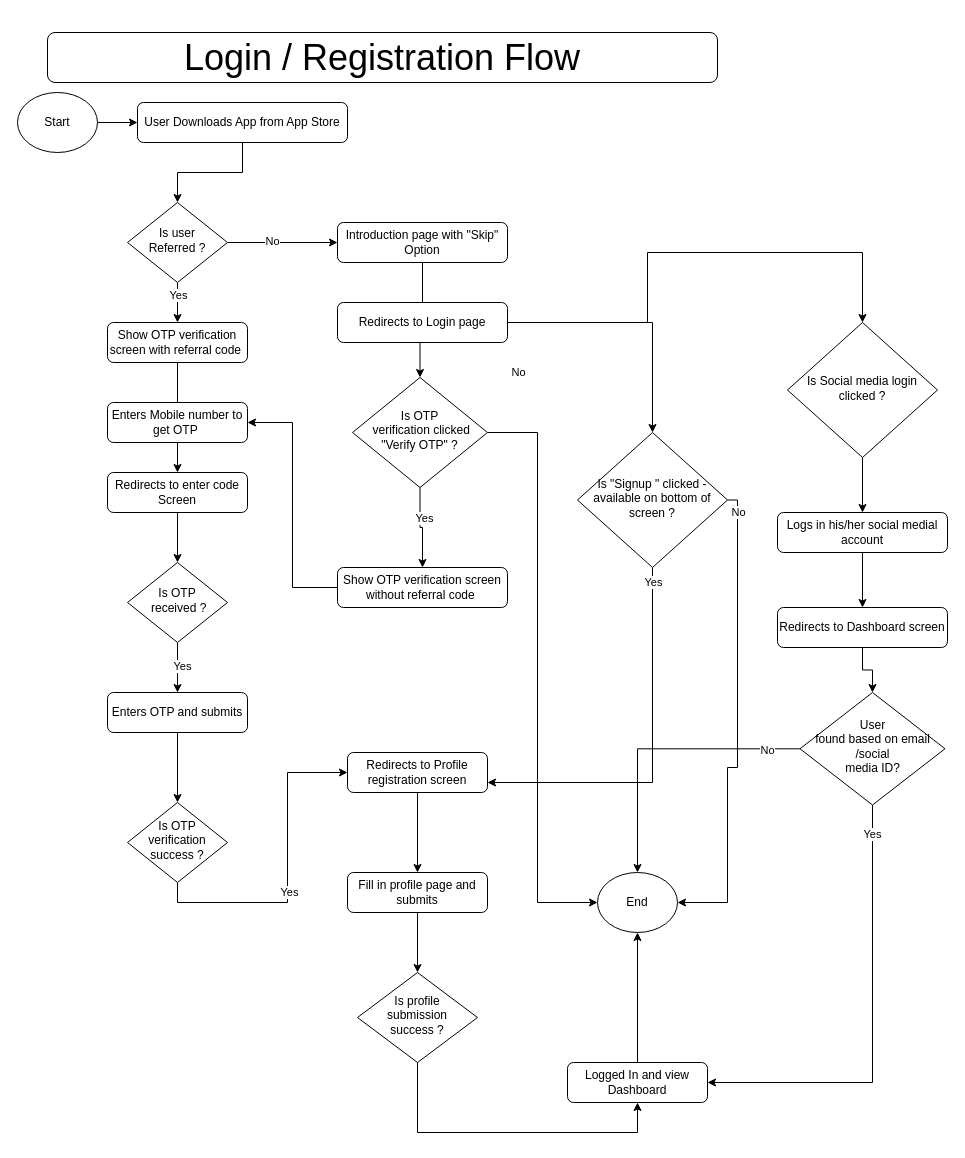
Above: Triva_Login_Registration_Flow.drawio in Adityacs001/snippet (draw.io), before the change. Source tidied: cells renumbered, new cells numbered last; positions are measured from the earlier drawing's top-left corner, leaving out a move shared by most shapes. Both pictures are drawn from the tidied source at 100%, with x=0, y=0 at pixel (17, 32).
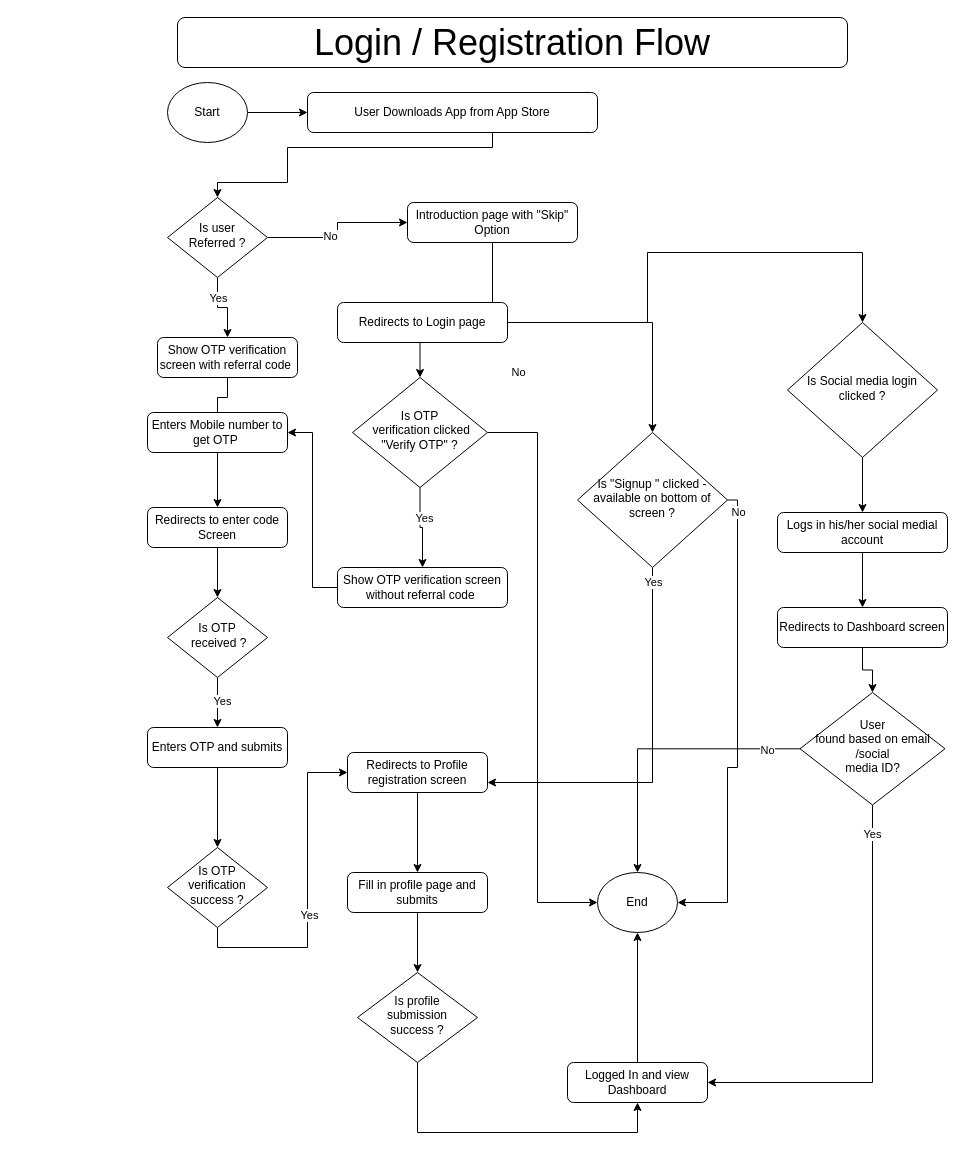
The same page after the edit.

The edit, as a diff of the source:
```diff
@@
-    <mxCell id="2" style="edgeStyle=orthogonalEdgeStyle;rounded=0;jettySize=auto;html=1;" parent="1" edge="1" source="3" target="8">
-      <mxGeometry relative="1" as="geometry" />
+    <mxCell id="2" style="edgeStyle=orthogonalEdgeStyle;rounded=0;jettySize=auto;html=1;entryX=0.5;entryY=0;entryDx=0;entryDy=0;" parent="1" edge="1" source="3" target="8">
+      <mxGeometry relative="1" as="geometry">
+        <Array as="points">
+          <mxPoint x="475" y="115" />
+          <mxPoint x="270" y="115" />
+          <mxPoint x="270" y="150" />
+        </Array>
+      </mxGeometry>
     </mxCell>
     <mxCell id="3" value="User Downloads App from App Store" style="rounded=1;whiteSpace=wrap;html=1;fontSize=12;glass=0;strokeWidth=1;shadow=0;" parent="1" vertex="1">
-      <mxGeometry x="120" y="70" width="210" height="40" as="geometry" />
+      <mxGeometry x="290" y="60" width="290" height="40" as="geometry" />
     </mxCell>
@@
     <mxCell id="8" value="Is user&lt;br&gt;Referred ?" style="rhombus;whiteSpace=wrap;html=1;shadow=0;fontFamily=Helvetica;fontSize=12;align=center;strokeWidth=1;spacing=6;spacingTop=-4;" parent="1" vertex="1">
-      <mxGeometry x="110" y="170" width="100" height="80" as="geometry" />
+      <mxGeometry x="150" y="165" width="100" height="80" as="geometry" />
     </mxCell>
@@
     <mxCell id="10" value="Introduction page with &quot;Skip&quot; Option" style="rounded=1;whiteSpace=wrap;html=1;fontSize=12;glass=0;strokeWidth=1;shadow=0;" parent="1" vertex="1">
-      <mxGeometry x="320" y="190" width="170" height="40" as="geometry" />
+      <mxGeometry x="390" y="170" width="170" height="40" as="geometry" />
     </mxCell>
@@
     <mxCell id="12" value="Start" style="ellipse;whiteSpace=wrap;html=1;" parent="1" vertex="1">
-      <mxGeometry y="60" width="80" height="60" as="geometry" />
+      <mxGeometry x="150" y="50" width="80" height="60" as="geometry" />
     </mxCell>
-    <mxCell id="13" style="edgeStyle=orthogonalEdgeStyle;rounded=0;jettySize=auto;html=1;" parent="1" edge="1" source="14" target="17">
+    <mxCell id="13" style="edgeStyle=orthogonalEdgeStyle;rounded=0;jettySize=auto;html=1;startArrow=none;" parent="1" edge="1" source="15" target="17">
       <mxGeometry relative="1" as="geometry" />
     </mxCell>
     <mxCell id="14" value="Show OTP verification screen with referral code&amp;nbsp;" style="rounded=1;whiteSpace=wrap;html=1;" parent="1" vertex="1">
-      <mxGeometry x="90" y="290" width="140" height="40" as="geometry" />
+      <mxGeometry x="140" y="305" width="140" height="40" as="geometry" />
     </mxCell>
-    <mxCell id="15" value="Enters Mobile number to get OTP&amp;nbsp;" style="rounded=1;whiteSpace=wrap;html=1;" parent="1" vertex="1">
-      <mxGeometry x="90" y="370" width="140" height="40" as="geometry" />
-    </mxCell>
@@
     <mxCell id="17" value="Redirects to enter code Screen" style="rounded=1;whiteSpace=wrap;html=1;" parent="1" vertex="1">
-      <mxGeometry x="90" y="440" width="140" height="40" as="geometry" />
+      <mxGeometry x="130" y="475" width="140" height="40" as="geometry" />
     </mxCell>
@@
     <mxCell id="20" value="Is OTP&lt;br&gt;&amp;nbsp;received ?" style="rhombus;whiteSpace=wrap;html=1;shadow=0;fontFamily=Helvetica;fontSize=12;align=center;strokeWidth=1;spacing=6;spacingTop=-4;" parent="1" vertex="1">
-      <mxGeometry x="110" y="530" width="100" height="80" as="geometry" />
+      <mxGeometry x="150" y="565" width="100" height="80" as="geometry" />
     </mxCell>
@@
     <mxCell id="22" value="Enters OTP and submits" style="rounded=1;whiteSpace=wrap;html=1;" parent="1" vertex="1">
-      <mxGeometry x="90" y="660" width="140" height="40" as="geometry" />
+      <mxGeometry x="130" y="695" width="140" height="40" as="geometry" />
     </mxCell>
@@
     <mxCell id="25" value="Is OTP verification success ?" style="rhombus;whiteSpace=wrap;html=1;shadow=0;fontFamily=Helvetica;fontSize=12;align=center;strokeWidth=1;spacing=6;spacingTop=-4;" parent="1" vertex="1">
-      <mxGeometry x="110" y="770" width="100" height="80" as="geometry" />
+      <mxGeometry x="150" y="815" width="100" height="80" as="geometry" />
     </mxCell>
@@
     <mxCell id="61" value="&lt;font style=&quot;font-size: 36px&quot;&gt;Login / Registration Flow&lt;/font&gt;" style="rounded=1;whiteSpace=wrap;html=1;" parent="1" vertex="1">
-      <mxGeometry x="30" width="670" height="50" as="geometry" />
+      <mxGeometry x="160" y="-15" width="670" height="50" as="geometry" />
     </mxCell>
+    <mxCell id="15" value="Enters Mobile number to get OTP&amp;nbsp;" style="rounded=1;whiteSpace=wrap;html=1;" parent="1" vertex="1">
+      <mxGeometry x="130" y="380" width="140" height="40" as="geometry" />
+    </mxCell>
+    <mxCell id="62" style="edgeStyle=orthogonalEdgeStyle;rounded=0;jettySize=auto;html=1;endArrow=none;" parent="1" edge="1" source="14" target="15">
+      <mxGeometry relative="1" as="geometry" />
+    </mxCell>
```
